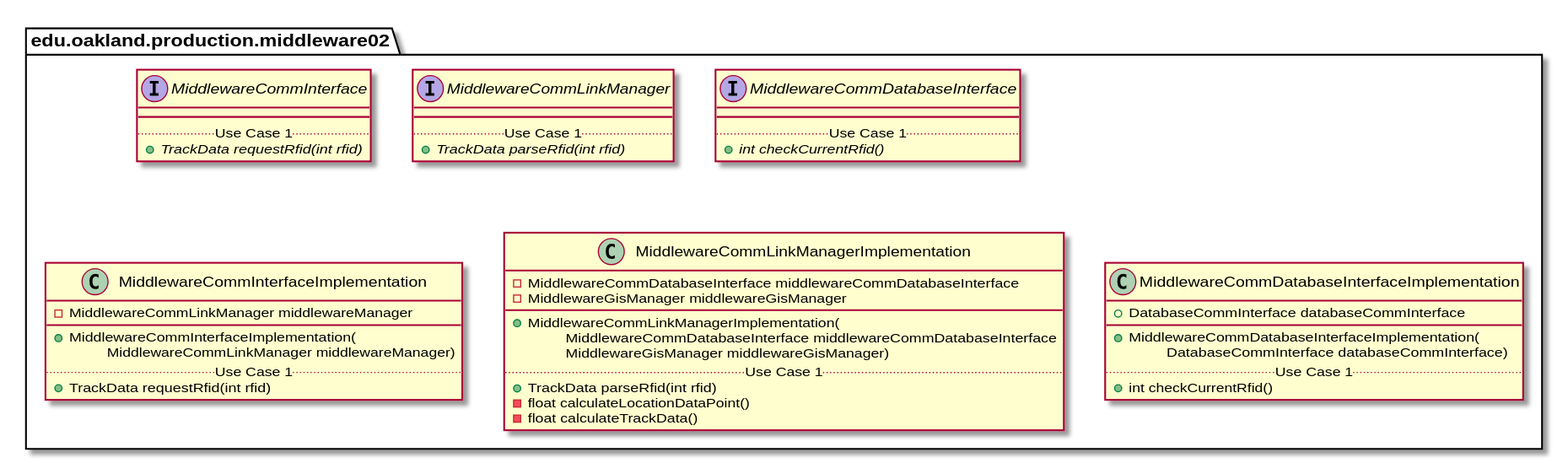
andrewdimmer/csi-3370-software-project keeps this PlantUML diagram as docs/uml-class-diagrams/middleware02/production/Middleware02ProductionPackage.svg. Above is the earlier version.
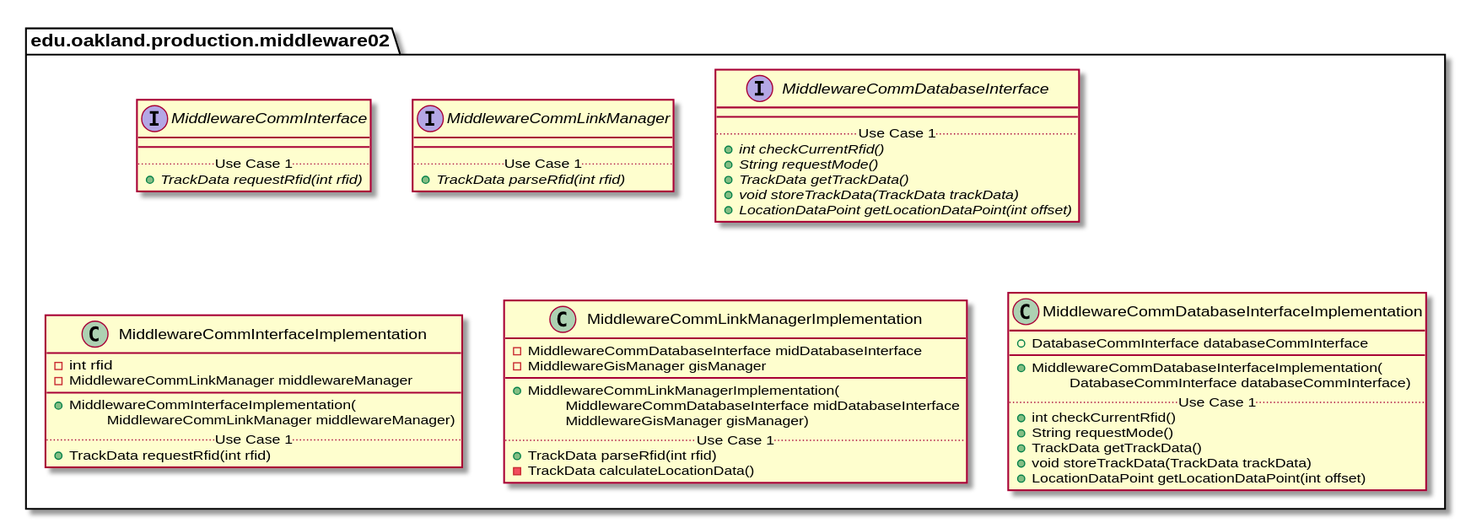
The same file after the commit.

The edit, as a diff of the source:
```diff
@@ -28,12 +28,17 @@
         __
         .. Use Case 1 ..
         {abstract} + int checkCurrentRfid()
+        {abstract} + String requestMode()
+        {abstract} + TrackData getTrackData()
+        {abstract} + void storeTrackData(TrackData trackData)
+        {abstract} + LocationDataPoint getLocationDataPoint(int offset)
     }
 }
 
 
 package edu.oakland.production.middleware02 {
     class MiddlewareCommInterfaceImplementation {
+        - int rfid
         - MiddlewareCommLinkManager middlewareManager
         __
         + MiddlewareCommInterfaceImplementation(
@@ -45,16 +50,15 @@
 
 package edu.oakland.production.middleware02 {
     class MiddlewareCommLinkManagerImplementation {
-        - MiddlewareCommDatabaseInterface middlewareCommDatabaseInterface
-        - MiddlewareGisManager middlewareGisManager
+        - MiddlewareCommDatabaseInterface midDatabaseInterface
+        - MiddlewareGisManager gisManager
         __
         + MiddlewareCommLinkManagerImplementation(
-        \tMiddlewareCommDatabaseInterface middlewareCommDatabaseInterface
-        \tMiddlewareGisManager middlewareGisManager)
+        \tMiddlewareCommDatabaseInterface midDatabaseInterface
+        \tMiddlewareGisManager gisManager)
         .. Use Case 1 ..
         + TrackData parseRfid(int rfid)
-        - float calculateLocationDataPoint()
-        - float calculateTrackData()
+        - TrackData calculateLocationData()
     }
 }
 
@@ -67,6 +71,10 @@
         \tDatabaseCommInterface databaseCommInterface)
         .. Use Case 1 ..
         + int checkCurrentRfid()
+        + String requestMode()
+        + TrackData getTrackData()
+        + void storeTrackData(TrackData trackData)
+        + LocationDataPoint getLocationDataPoint(int offset)
     }
 }
 
```
